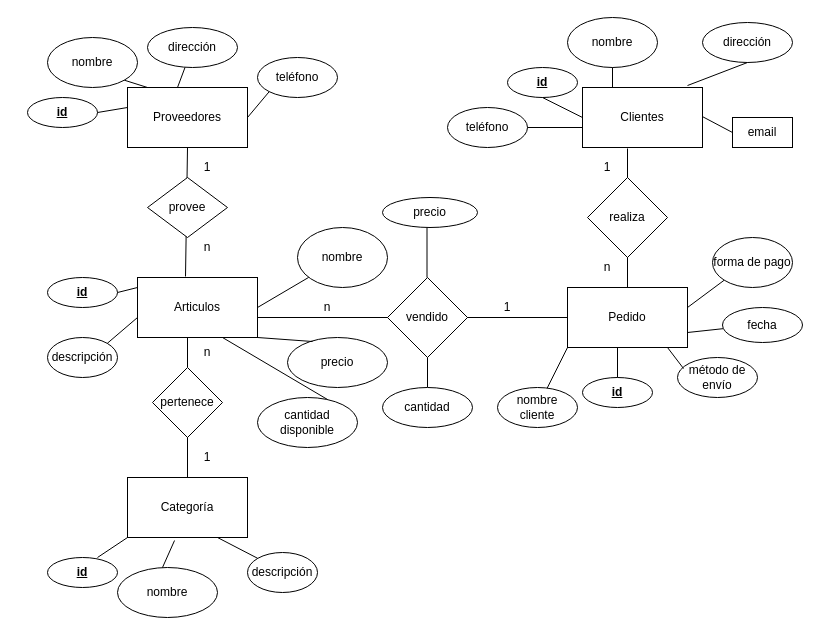
The draw.io diagram Untitled Diagram.drawio in vivianabm/api-alternativo, before the edit. Source tidied: cells renumbered, new cells numbered last; positions are measured from the earlier drawing's top-left corner, leaving out a move shared by most shapes. Both pictures are drawn from the tidied source at 100%, with x=0, y=0 at pixel (27, 17).
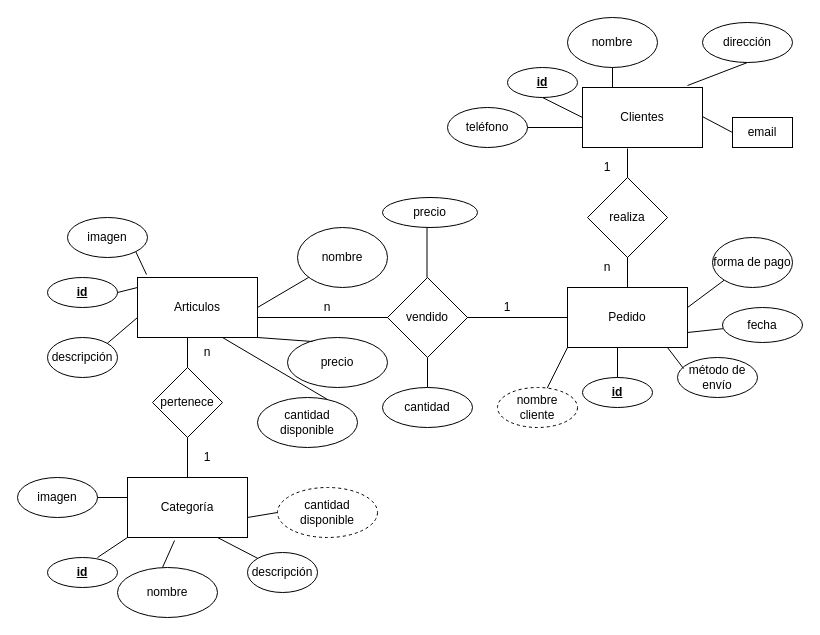
After the change.

Unchanged cells that the change refers to:
```xml
<mxCell id="2" value="Articulos" style="rounded=0;whiteSpace=wrap;html=1;" parent="1" vertex="1">
  <mxGeometry x="110" y="260" width="120" height="60" as="geometry" />
</mxCell>
```

Diff of the diagram source:
```diff
@@
-    <mxCell id="3" value="Proveedores" style="rounded=0;whiteSpace=wrap;html=1;" parent="1" vertex="1">
-      <mxGeometry x="100" y="70" width="120" height="60" as="geometry" />
-    </mxCell>
-    <mxCell id="4" style="endArrow=none;html=1;entryX=0.5;entryY=1;entryDx=0;entryDy=0;exitX=0.4;exitY=-0.017;exitDx=0;exitDy=0;exitPerimeter=0;" parent="1" edge="1" source="2" target="3">
-      <mxGeometry relative="1" as="geometry" />
-    </mxCell>
@@
-    <mxCell id="18" value="provee" style="rhombus;whiteSpace=wrap;html=1;" parent="1" vertex="1">
-      <mxGeometry x="120" y="160" width="80" height="60" as="geometry" />
-    </mxCell>
@@
-    <mxCell id="22" value="&lt;b&gt;&lt;u&gt;id&lt;/u&gt;&lt;/b&gt;" style="ellipse;whiteSpace=wrap;html=1;" parent="1" vertex="1">
-      <mxGeometry y="80" width="70" height="30" as="geometry" />
-    </mxCell>
-    <mxCell id="23" style="endArrow=none;html=1;exitX=1;exitY=0.5;exitDx=0;exitDy=0;" parent="1" edge="1" source="22">
-      <mxGeometry relative="1" as="geometry">
-        <mxPoint x="100" y="90" as="targetPoint" />
-      </mxGeometry>
-    </mxCell>
-    <mxCell id="24" value="nombre" style="ellipse;whiteSpace=wrap;html=1;" parent="1" vertex="1">
-      <mxGeometry x="20" y="20" width="90" height="50" as="geometry" />
-    </mxCell>
-    <mxCell id="25" style="endArrow=none;html=1;exitX=1;exitY=1;exitDx=0;exitDy=0;" parent="1" edge="1" source="24">
-      <mxGeometry relative="1" as="geometry">
-        <mxPoint x="120" y="70" as="targetPoint" />
-      </mxGeometry>
-    </mxCell>
-    <mxCell id="26" style="endArrow=none;html=1;" parent="1" edge="1" target="27">
-      <mxGeometry relative="1" as="geometry">
-        <mxPoint x="150" y="70" as="sourcePoint" />
-      </mxGeometry>
-    </mxCell>
-    <mxCell id="27" value="dirección" style="ellipse;whiteSpace=wrap;html=1;" parent="1" vertex="1">
-      <mxGeometry x="120" y="10" width="90" height="40" as="geometry" />
-    </mxCell>
@@
-    <mxCell id="51" value="teléfono" style="ellipse;whiteSpace=wrap;html=1;" parent="1" vertex="1">
-      <mxGeometry x="230" y="40" width="80" height="40" as="geometry" />
-    </mxCell>
-    <mxCell id="52" style="endArrow=none;html=1;entryX=0;entryY=1;entryDx=0;entryDy=0;" parent="1" edge="1" target="51">
-      <mxGeometry relative="1" as="geometry">
-        <mxPoint x="220" y="100" as="sourcePoint" />
-      </mxGeometry>
-    </mxCell>
@@
-    <mxCell id="57" value="1" style="text;html=1;strokeColor=none;fillColor=none;align=center;verticalAlign=middle;whiteSpace=wrap;rounded=0;" parent="1" vertex="1">
-      <mxGeometry x="160" y="140" width="40" height="20" as="geometry" />
-    </mxCell>
-    <mxCell id="58" value="n" style="text;html=1;strokeColor=none;fillColor=none;align=center;verticalAlign=middle;whiteSpace=wrap;rounded=0;" parent="1" vertex="1">
-      <mxGeometry x="160" y="220" width="40" height="20" as="geometry" />
-    </mxCell>
@@
-    <mxCell id="72" value="nombre cliente" style="ellipse;whiteSpace=wrap;html=1;" parent="1" vertex="1">
+    <mxCell id="72" value="nombre cliente" style="ellipse;whiteSpace=wrap;html=1;dashed=1;" parent="1" vertex="1">
       <mxGeometry x="470" y="370" width="80" height="40" as="geometry" />
     </mxCell>
+    <mxCell id="73" value="cantidad disponible" style="ellipse;whiteSpace=wrap;html=1;dashed=1;" parent="1" vertex="1">
+      <mxGeometry x="250" y="470" width="100" height="50" as="geometry" />
+    </mxCell>
+    <mxCell id="74" style="endArrow=none;html=1;entryX=0;entryY=0.5;entryDx=0;entryDy=0;" parent="1" edge="1" target="73">
+      <mxGeometry relative="1" as="geometry">
+        <mxPoint x="220" y="500" as="sourcePoint" />
+      </mxGeometry>
+    </mxCell>
+    <mxCell id="75" value="imagen" style="ellipse;whiteSpace=wrap;html=1;" parent="1" vertex="1">
+      <mxGeometry x="40" y="200" width="80" height="40" as="geometry" />
+    </mxCell>
+    <mxCell id="76" style="endArrow=none;html=1;exitX=0.075;exitY=-0.05;exitDx=0;exitDy=0;exitPerimeter=0;entryX=1;entryY=1;entryDx=0;entryDy=0;" parent="1" edge="1" source="2" target="75">
+      <mxGeometry relative="1" as="geometry" />
+    </mxCell>
+    <mxCell id="77" value="imagen" style="ellipse;whiteSpace=wrap;html=1;" parent="1" vertex="1">
+      <mxGeometry x="-10" y="460" width="80" height="40" as="geometry" />
+    </mxCell>
+    <mxCell id="78" style="endArrow=none;html=1;exitX=1;exitY=0.5;exitDx=0;exitDy=0;" parent="1" edge="1" source="77">
+      <mxGeometry relative="1" as="geometry">
+        <mxPoint x="100" y="480" as="targetPoint" />
+      </mxGeometry>
+    </mxCell>
```
